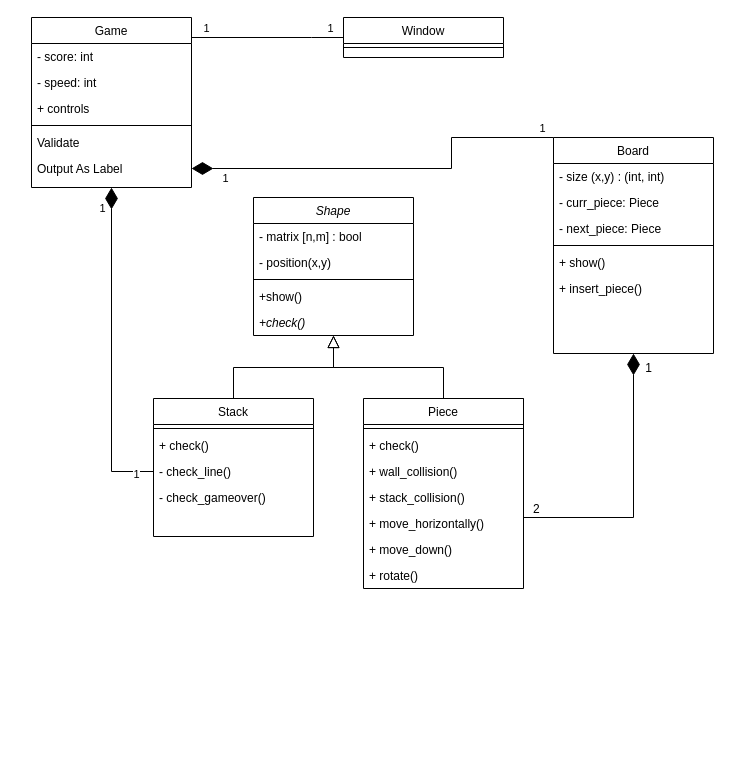
Earlier version of the draw.io diagram graphics/class_diagram.drawio (annapanfil/tetris). Source tidied: cells renumbered, new cells numbered last; positions are measured from the earlier drawing's top-left corner, leaving out a move shared by most shapes. Both pictures are drawn from the tidied source at 100%, with x=0, y=0 at pixel (31, 17).
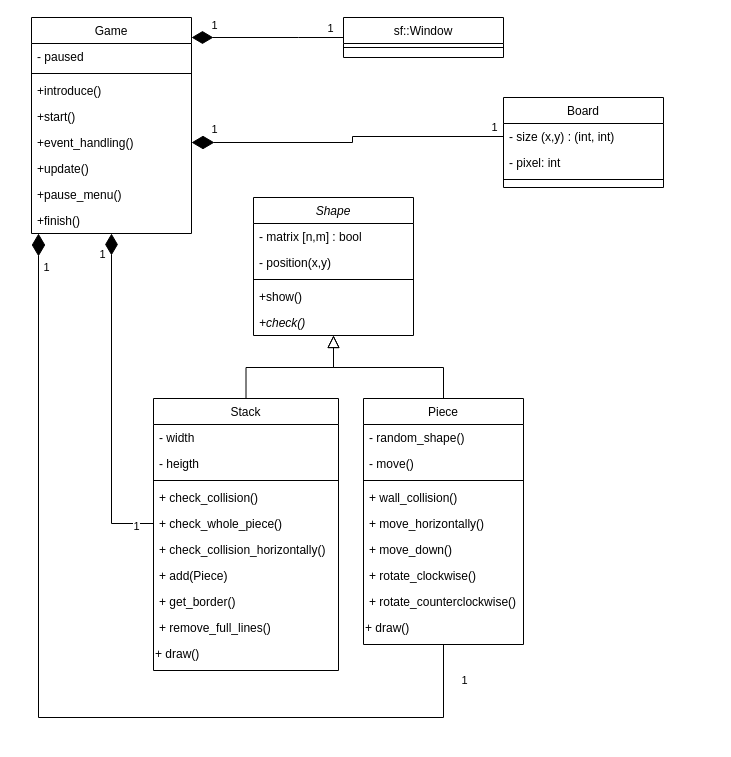
The same page after the edit.

Commit message (it also covers changes not shown here):
class diagram update

The change refers to these unchanged cells:
```xml
<mxCell id="34" value="- size (x,y) : (int, int)" style="text;align=left;verticalAlign=top;spacingLeft=4;spacingRight=4;overflow=hidden;points=[[0,0.5],[1,0.5]];portConstraint=eastwest;" parent="33" vertex="1">
  <mxGeometry y="26" width="160" height="26" as="geometry" />
</mxCell>
```

The edit, as a diff of the source:
```diff
@@
     <mxCell id="8" value="Stack" style="swimlane;fontStyle=0;align=center;verticalAlign=top;horizontal=1;startSize=26;rounded=0;shadow=0;strokeWidth=1;" parent="1" vertex="1">
-      <mxGeometry x="122" y="381" width="160" height="138" as="geometry" />
+      <mxGeometry x="122" y="381" width="185" height="272" as="geometry" />
     </mxCell>
+    <mxCell id="51" value="- width" style="text;align=left;verticalAlign=top;spacingLeft=4;spacingRight=4;overflow=hidden;fontStyle=0;" parent="8" vertex="1">
+      <mxGeometry y="26" width="185" height="26" as="geometry" />
+    </mxCell>
+    <mxCell id="52" value="- heigth" style="text;align=left;verticalAlign=top;spacingLeft=4;spacingRight=4;overflow=hidden;fontStyle=0;" parent="8" vertex="1">
+      <mxGeometry y="52" width="185" height="26" as="geometry" />
+    </mxCell>
     <mxCell id="9" style="line;html=1;strokeWidth=1;align=left;verticalAlign=middle;spacingTop=-1;spacingLeft=3;spacingRight=3;labelPosition=right;" parent="8" vertex="1">
-      <mxGeometry y="26" width="160" height="8" as="geometry" />
+      <mxGeometry y="78" width="185" height="8" as="geometry" />
     </mxCell>
-    <mxCell id="10" value="+ check()" style="text;align=left;verticalAlign=top;spacingLeft=4;spacingRight=4;overflow=hidden;fontStyle=0;" parent="8" vertex="1">
-      <mxGeometry y="34" width="160" height="26" as="geometry" />
+    <mxCell id="10" value="+ check_collision()" style="text;align=left;verticalAlign=top;spacingLeft=4;spacingRight=4;overflow=hidden;fontStyle=0;" parent="8" vertex="1">
+      <mxGeometry y="86" width="185" height="26" as="geometry" />
     </mxCell>
-    <mxCell id="11" value="- check_line()&#10;" style="text;align=left;verticalAlign=top;spacingLeft=4;spacingRight=4;overflow=hidden;points=[[0,0.5],[1,0.5]];portConstraint=eastwest;" parent="8" vertex="1">
-      <mxGeometry y="60" width="160" height="26" as="geometry" />
+    <mxCell id="11" value="+ check_whole_piece()&#10;&#10;" style="text;align=left;verticalAlign=top;spacingLeft=4;spacingRight=4;overflow=hidden;points=[[0,0.5],[1,0.5]];portConstraint=eastwest;" parent="8" vertex="1">
+      <mxGeometry y="112" width="185" height="26" as="geometry" />
     </mxCell>
+    <mxCell id="53" value="+ check_collision_horizontally()" style="text;align=left;verticalAlign=top;spacingLeft=4;spacingRight=4;overflow=hidden;fontStyle=0;" parent="8" vertex="1">
+      <mxGeometry y="138" width="185" height="26" as="geometry" />
+    </mxCell>
+    <mxCell id="54" value="+ add(Piece)" style="text;align=left;verticalAlign=top;spacingLeft=4;spacingRight=4;overflow=hidden;" parent="8" vertex="1">
+      <mxGeometry y="164" width="185" height="26" as="geometry" />
+    </mxCell>
+    <mxCell id="55" value="+ get_border()" style="text;align=left;verticalAlign=top;spacingLeft=4;spacingRight=4;overflow=hidden;" parent="8" vertex="1">
+      <mxGeometry y="190" width="185" height="26" as="geometry" />
+    </mxCell>
-    <mxCell id="12" value="- check_gameover()" style="text;align=left;verticalAlign=top;spacingLeft=4;spacingRight=4;overflow=hidden;" parent="8" vertex="1">
-      <mxGeometry y="86" width="160" height="26" as="geometry" />
+    <mxCell id="12" value="+ remove_full_lines()" style="text;align=left;verticalAlign=top;spacingLeft=4;spacingRight=4;overflow=hidden;" parent="8" vertex="1">
+      <mxGeometry y="216" width="185" height="26" as="geometry" />
     </mxCell>
+    <mxCell id="56" value="+ draw()" style="text;whiteSpace=wrap;html=1;" parent="8" vertex="1">
+      <mxGeometry y="242" width="185" height="30" as="geometry" />
+    </mxCell>
@@
+    <mxCell id="57" style="edgeStyle=orthogonalEdgeStyle;rounded=0;jettySize=auto;html=1;exitX=0.5;exitY=1;exitDx=0;exitDy=0;endArrow=diamondThin;endFill=1;endSize=20;" parent="1" edge="1" source="14">
+      <mxGeometry relative="1" as="geometry">
+        <mxPoint x="7" y="216" as="targetPoint" />
+        <Array as="points">
+          <mxPoint x="412" y="700" />
+          <mxPoint x="7" y="700" />
+        </Array>
+      </mxGeometry>
+    </mxCell>
+    <mxCell id="58" value="1" style="edgeLabel;html=1;align=center;verticalAlign=middle;" parent="57" vertex="1">
+      <mxGeometry x="0.96" y="-3" relative="1" as="geometry">
+        <mxPoint x="4" y="14" as="offset" />
+      </mxGeometry>
+    </mxCell>
+    <mxCell id="59" value="1" style="edgeLabel;html=1;align=center;verticalAlign=middle;" parent="57" vertex="1">
+      <mxGeometry x="-0.92" y="2" relative="1" as="geometry">
+        <mxPoint x="18" y="-3" as="offset" />
+      </mxGeometry>
+    </mxCell>
     <mxCell id="14" value="Piece" style="swimlane;fontStyle=0;align=center;verticalAlign=top;horizontal=1;startSize=26;rounded=0;shadow=0;strokeWidth=1;" parent="1" vertex="1">
-      <mxGeometry x="332" y="381" width="160" height="190" as="geometry" />
+      <mxGeometry x="332" y="381" width="160" height="246" as="geometry" />
     </mxCell>
+    <mxCell id="60" value="- random_shape()" style="text;align=left;verticalAlign=top;spacingLeft=4;spacingRight=4;overflow=hidden;fontStyle=0;" parent="14" vertex="1">
+      <mxGeometry y="26" width="160" height="26" as="geometry" />
+    </mxCell>
+    <mxCell id="61" value="- move()" style="text;align=left;verticalAlign=top;spacingLeft=4;spacingRight=4;overflow=hidden;fontStyle=0;" parent="14" vertex="1">
+      <mxGeometry y="52" width="160" height="26" as="geometry" />
+    </mxCell>
     <mxCell id="15" style="line;html=1;strokeWidth=1;align=left;verticalAlign=middle;spacingTop=-1;spacingLeft=3;spacingRight=3;labelPosition=right;" parent="14" vertex="1">
-      <mxGeometry y="26" width="160" height="8" as="geometry" />
+      <mxGeometry y="78" width="160" height="8" as="geometry" />
     </mxCell>
-    <mxCell id="16" value="+ check()" style="text;align=left;verticalAlign=top;spacingLeft=4;spacingRight=4;overflow=hidden;fontStyle=0;" parent="14" vertex="1">
-      <mxGeometry y="34" width="160" height="26" as="geometry" />
-    </mxCell>
     <mxCell id="17" value="+ wall_collision()&#10;" style="text;align=left;verticalAlign=top;spacingLeft=4;spacingRight=4;overflow=hidden;fontStyle=0;" parent="14" vertex="1">
-      <mxGeometry y="60" width="160" height="26" as="geometry" />
+      <mxGeometry y="86" width="160" height="26" as="geometry" />
     </mxCell>
-    <mxCell id="18" value="+ stack_collision()&#10;" style="text;align=left;verticalAlign=top;spacingLeft=4;spacingRight=4;overflow=hidden;fontStyle=0;" parent="14" vertex="1">
-      <mxGeometry y="86" width="160" height="26" as="geometry" />
-    </mxCell>
@@
-    <mxCell id="21" value="+ rotate()" style="text;align=left;verticalAlign=top;spacingLeft=4;spacingRight=4;overflow=hidden;fontStyle=0;" parent="14" vertex="1">
+    <mxCell id="21" value="+ rotate_clockwise()" style="text;align=left;verticalAlign=top;spacingLeft=4;spacingRight=4;overflow=hidden;fontStyle=0;" parent="14" vertex="1">
       <mxGeometry y="164" width="160" height="26" as="geometry" />
     </mxCell>
+    <mxCell id="62" value="+ rotate_counterclockwise()" style="text;align=left;verticalAlign=top;spacingLeft=4;spacingRight=4;overflow=hidden;fontStyle=0;" parent="14" vertex="1">
+      <mxGeometry y="190" width="160" height="26" as="geometry" />
+    </mxCell>
+    <mxCell id="63" value="+ draw()" style="text;whiteSpace=wrap;html=1;" parent="14" vertex="1">
+      <mxGeometry y="216" width="160" height="30" as="geometry" />
+    </mxCell>
@@
     <mxCell id="23" value="Game" style="swimlane;fontStyle=0;align=center;verticalAlign=top;horizontal=1;startSize=26;rounded=0;shadow=0;strokeWidth=1;" parent="1" vertex="1">
-      <mxGeometry width="160" height="170" as="geometry" />
+      <mxGeometry width="160" height="216" as="geometry" />
     </mxCell>
-    <mxCell id="24" value="- score: int" style="text;align=left;verticalAlign=top;spacingLeft=4;spacingRight=4;overflow=hidden;rounded=0;shadow=0;html=0;" parent="23" vertex="1">
+    <mxCell id="24" value="- paused" style="text;align=left;verticalAlign=top;spacingLeft=4;spacingRight=4;overflow=hidden;rounded=0;shadow=0;html=0;" parent="23" vertex="1">
       <mxGeometry y="26" width="160" height="26" as="geometry" />
     </mxCell>
-    <mxCell id="25" value="- speed: int" style="text;align=left;verticalAlign=top;spacingLeft=4;spacingRight=4;overflow=hidden;rounded=0;shadow=0;html=0;" parent="23" vertex="1">
-      <mxGeometry y="52" width="160" height="26" as="geometry" />
-    </mxCell>
-    <mxCell id="26" value="+ controls" style="text;align=left;verticalAlign=top;spacingLeft=4;spacingRight=4;overflow=hidden;rounded=0;shadow=0;html=0;" parent="23" vertex="1">
-      <mxGeometry y="78" width="160" height="26" as="geometry" />
-    </mxCell>
     <mxCell id="27" style="line;html=1;strokeWidth=1;align=left;verticalAlign=middle;spacingTop=-1;spacingLeft=3;spacingRight=3;labelPosition=right;" parent="23" vertex="1">
-      <mxGeometry y="104" width="160" height="8" as="geometry" />
+      <mxGeometry y="52" width="160" height="8" as="geometry" />
     </mxCell>
-    <mxCell id="28" value="Validate" style="text;align=left;verticalAlign=top;spacingLeft=4;spacingRight=4;overflow=hidden;" parent="23" vertex="1">
-      <mxGeometry y="112" width="160" height="26" as="geometry" />
+    <mxCell id="28" value="+introduce()" style="text;align=left;verticalAlign=top;spacingLeft=4;spacingRight=4;overflow=hidden;" parent="23" vertex="1">
+      <mxGeometry y="60" width="160" height="26" as="geometry" />
     </mxCell>
-    <mxCell id="29" value="Output As Label" style="text;align=left;verticalAlign=top;spacingLeft=4;spacingRight=4;overflow=hidden;points=[[0,0.5],[1,0.5]];portConstraint=eastwest;" parent="23" vertex="1">
-      <mxGeometry y="138" width="160" height="26" as="geometry" />
+    <mxCell id="29" value="+start()" style="text;align=left;verticalAlign=top;spacingLeft=4;spacingRight=4;overflow=hidden;points=[[0,0.5],[1,0.5]];portConstraint=eastwest;" parent="23" vertex="1">
+      <mxGeometry y="86" width="160" height="26" as="geometry" />
     </mxCell>
-    <mxCell id="30" style="endArrow=diamondThin;shadow=0;strokeWidth=1;rounded=0;endFill=1;edgeStyle=elbowEdgeStyle;elbow=vertical;startSize=10;endSize=19;entryX=0.5;entryY=1;entryDx=0;entryDy=0;exitX=1;exitY=0;exitDx=0;exitDy=0;" parent="1" edge="1" source="14" target="33">
-      <mxGeometry x="0.5" y="41" relative="1" as="geometry">
-        <Array as="points">
-          <mxPoint x="560" y="500" />
-        </Array>
-        <mxPoint x="-40" y="32" as="offset" />
-      </mxGeometry>
-    </mxCell>
-    <mxCell id="31" value="2" style="align=left;verticalAlign=bottom;labelBackgroundColor=none;fontSize=12;" parent="30" vertex="1">
-      <mxGeometry x="-1" relative="1" as="geometry">
-        <mxPoint x="8" y="119" as="offset" />
-      </mxGeometry>
-    </mxCell>
-    <mxCell id="32" value="1" style="align=right;verticalAlign=bottom;labelBackgroundColor=none;fontSize=12;" parent="30" vertex="1">
-      <mxGeometry x="1" relative="1" as="geometry">
-        <mxPoint x="20" y="23" as="offset" />
-      </mxGeometry>
-    </mxCell>
+    <mxCell id="64" value="+event_handling()" style="text;align=left;verticalAlign=top;spacingLeft=4;spacingRight=4;overflow=hidden;points=[[0,0.5],[1,0.5]];portConstraint=eastwest;" parent="23" vertex="1">
+      <mxGeometry y="112" width="160" height="26" as="geometry" />
+    </mxCell>
+    <mxCell id="65" value="+update()" style="text;align=left;verticalAlign=top;spacingLeft=4;spacingRight=4;overflow=hidden;" parent="23" vertex="1">
+      <mxGeometry y="138" width="160" height="26" as="geometry" />
+    </mxCell>
+    <mxCell id="66" value="+pause_menu()" style="text;align=left;verticalAlign=top;spacingLeft=4;spacingRight=4;overflow=hidden;" parent="23" vertex="1">
+      <mxGeometry y="164" width="160" height="26" as="geometry" />
+    </mxCell>
+    <mxCell id="67" value="+finish()" style="text;align=left;verticalAlign=top;spacingLeft=4;spacingRight=4;overflow=hidden;" parent="23" vertex="1">
+      <mxGeometry y="190" width="160" height="26" as="geometry" />
+    </mxCell>
     <mxCell id="33" value="Board" style="swimlane;fontStyle=0;align=center;verticalAlign=top;horizontal=1;startSize=26;rounded=0;shadow=0;strokeWidth=1;" parent="1" vertex="1">
-      <mxGeometry x="522" y="120" width="160" height="216" as="geometry" />
+      <mxGeometry x="472" y="80" width="160" height="90" as="geometry" />
     </mxCell>
@@
-    <mxCell id="35" value="- curr_piece: Piece" style="text;align=left;verticalAlign=top;spacingLeft=4;spacingRight=4;overflow=hidden;rounded=0;shadow=0;html=0;" parent="33" vertex="1">
-      <mxGeometry y="52" width="160" height="26" as="geometry" />
-    </mxCell>
-    <mxCell id="36" value="- next_piece: Piece" style="text;align=left;verticalAlign=top;spacingLeft=4;spacingRight=4;overflow=hidden;rounded=0;shadow=0;html=0;" parent="33" vertex="1">
-      <mxGeometry y="78" width="160" height="26" as="geometry" />
-    </mxCell>
+    <mxCell id="68" value="- pixel: int" style="text;align=left;verticalAlign=top;spacingLeft=4;spacingRight=4;overflow=hidden;" parent="33" vertex="1">
+      <mxGeometry y="52" width="160" height="26" as="geometry" />
+    </mxCell>
     <mxCell id="37" style="line;html=1;strokeWidth=1;align=left;verticalAlign=middle;spacingTop=-1;spacingLeft=3;spacingRight=3;labelPosition=right;" parent="33" vertex="1">
-      <mxGeometry y="104" width="160" height="8" as="geometry" />
+      <mxGeometry y="78" width="160" height="8" as="geometry" />
     </mxCell>
-    <mxCell id="38" value="+ show()" style="text;align=left;verticalAlign=top;spacingLeft=4;spacingRight=4;overflow=hidden;" parent="33" vertex="1">
-      <mxGeometry y="112" width="160" height="26" as="geometry" />
-    </mxCell>
-    <mxCell id="39" value="+ insert_piece()" style="text;align=left;verticalAlign=top;spacingLeft=4;spacingRight=4;overflow=hidden;" parent="33" vertex="1">
-      <mxGeometry y="138" width="160" height="26" as="geometry" />
-    </mxCell>
@@
-    <mxCell id="43" style="edgeStyle=orthogonalEdgeStyle;rounded=0;jettySize=auto;html=1;exitX=1;exitY=0.5;exitDx=0;exitDy=0;startSize=19;endArrow=none;endFill=0;endSize=19;strokeWidth=1;startArrow=diamondThin;startFill=1;entryX=0;entryY=0;entryDx=0;entryDy=0;" parent="1" edge="1" source="29" target="33">
-      <mxGeometry relative="1" as="geometry">
-        <Array as="points">
-          <mxPoint x="420" y="151" />
-          <mxPoint x="420" y="120" />
-        </Array>
-      </mxGeometry>
-    </mxCell>
-    <mxCell id="44" value="1" style="edgeLabel;html=1;align=center;verticalAlign=middle;" parent="43" vertex="1">
-      <mxGeometry x="-0.8" y="-5" relative="1" as="geometry">
-        <mxPoint x="-6" y="4" as="offset" />
-      </mxGeometry>
-    </mxCell>
-    <mxCell id="45" value="1" style="edgeLabel;html=1;align=center;verticalAlign=middle;" parent="43" vertex="1">
-      <mxGeometry x="0.96" y="2" relative="1" as="geometry">
-        <mxPoint x="-4" y="-8" as="offset" />
-      </mxGeometry>
-    </mxCell>
-    <mxCell id="46" style="edgeStyle=orthogonalEdgeStyle;rounded=0;jettySize=auto;html=1;exitX=0;exitY=0.5;exitDx=0;exitDy=0;entryX=1;entryY=0;entryDx=0;entryDy=0;startArrow=none;startFill=0;startSize=19;endArrow=none;endFill=0;endSize=19;strokeWidth=1;" parent="1" edge="1" source="49">
+    <mxCell id="46" style="edgeStyle=orthogonalEdgeStyle;rounded=0;jettySize=auto;html=1;exitX=0;exitY=0.5;exitDx=0;exitDy=0;entryX=1;entryY=0;entryDx=0;entryDy=0;startArrow=none;startFill=0;startSize=19;endArrow=diamondThin;endFill=1;endSize=19;strokeWidth=1;exitPerimeter=0;" parent="1" edge="1" source="49">
       <mxGeometry relative="1" as="geometry">
         <mxPoint x="160" y="20" as="targetPoint" />
         <Array as="points">
-          <mxPoint x="280" y="20" />
-          <mxPoint x="280" y="20" />
+          <mxPoint x="267" y="20" />
+          <mxPoint x="267" y="20" />
         </Array>
       </mxGeometry>
     </mxCell>
     <mxCell id="47" value="1" style="edgeLabel;html=1;align=center;verticalAlign=middle;" parent="46" vertex="1">
       <mxGeometry x="0.82" y="-4" relative="1" as="geometry">
-        <mxPoint y="-6" as="offset" />
+        <mxPoint x="8" y="-9" as="offset" />
       </mxGeometry>
     </mxCell>
@@
-    <mxCell id="49" value="Window" style="swimlane;fontStyle=0;align=center;verticalAlign=top;horizontal=1;startSize=26;rounded=0;shadow=0;strokeWidth=1;" parent="1" vertex="1">
+    <mxCell id="49" value="sf::Window" style="swimlane;fontStyle=0;align=center;verticalAlign=top;horizontal=1;startSize=26;rounded=0;shadow=0;strokeWidth=1;" parent="1" vertex="1">
       <mxGeometry x="312" width="160" height="40" as="geometry" />
     </mxCell>
@@
+    <mxCell id="69" style="edgeStyle=orthogonalEdgeStyle;rounded=0;jettySize=auto;html=1;exitX=0;exitY=0.5;exitDx=0;exitDy=0;entryX=1;entryY=0.5;entryDx=0;entryDy=0;endArrow=diamondThin;endFill=1;endSize=20;" parent="1" edge="1" source="34" target="64">
+      <mxGeometry relative="1" as="geometry" />
+    </mxCell>
+    <mxCell id="70" value="&lt;div&gt;1&lt;/div&gt;" style="edgeLabel;html=1;align=center;verticalAlign=middle;" parent="69" vertex="1">
+      <mxGeometry x="0.86" relative="1" as="geometry">
+        <mxPoint y="-14" as="offset" />
+      </mxGeometry>
+    </mxCell>
+    <mxCell id="71" value="1" style="edgeLabel;html=1;align=center;verticalAlign=middle;" parent="69" vertex="1">
+      <mxGeometry x="-0.94" y="-1" relative="1" as="geometry">
+        <mxPoint y="-9" as="offset" />
+      </mxGeometry>
+    </mxCell>
```
